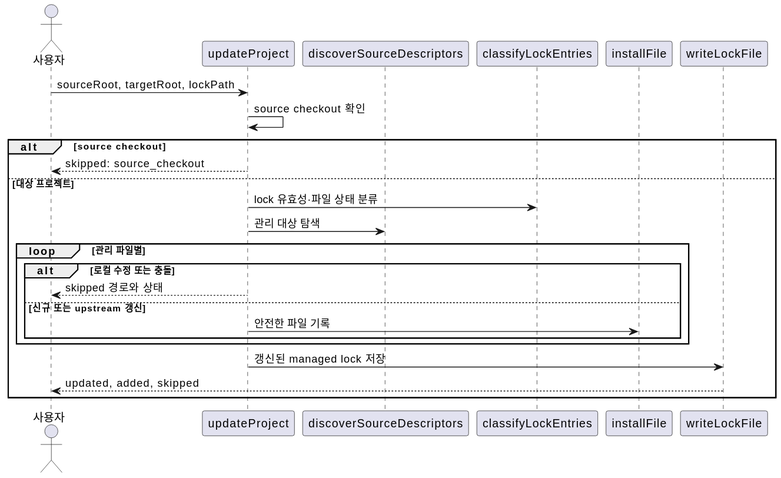
Before: docs/contracts/diagrams/install.sequence.svg, a diagram exported from PlantUML (omegafrog/harness-codex). The source it was exported from:
```plantuml
@startuml
actor 사용자
participant "updateProject" as update
participant "discoverSourceDescriptors" as discover
participant "classifyLockEntries" as classify
participant "installFile" as install
participant "writeLockFile" as lock
사용자 -> update : sourceRoot, targetRoot, lockPath
update -> update : source checkout 확인
alt source checkout
  update --> 사용자 : skipped: source_checkout
else 대상 프로젝트
  update -> classify : lock 유효성·파일 상태 분류
  update -> discover : 관리 대상 탐색
  loop 관리 파일별
    alt 로컬 수정 또는 충돌
      update --> 사용자 : skipped 경로와 상태
    else 신규 또는 upstream 갱신
      update -> install : 안전한 파일 기록
    end
  end
  update -> lock : 갱신된 managed lock 저장
  lock --> 사용자 : updated, added, skipped
end
@enduml
```
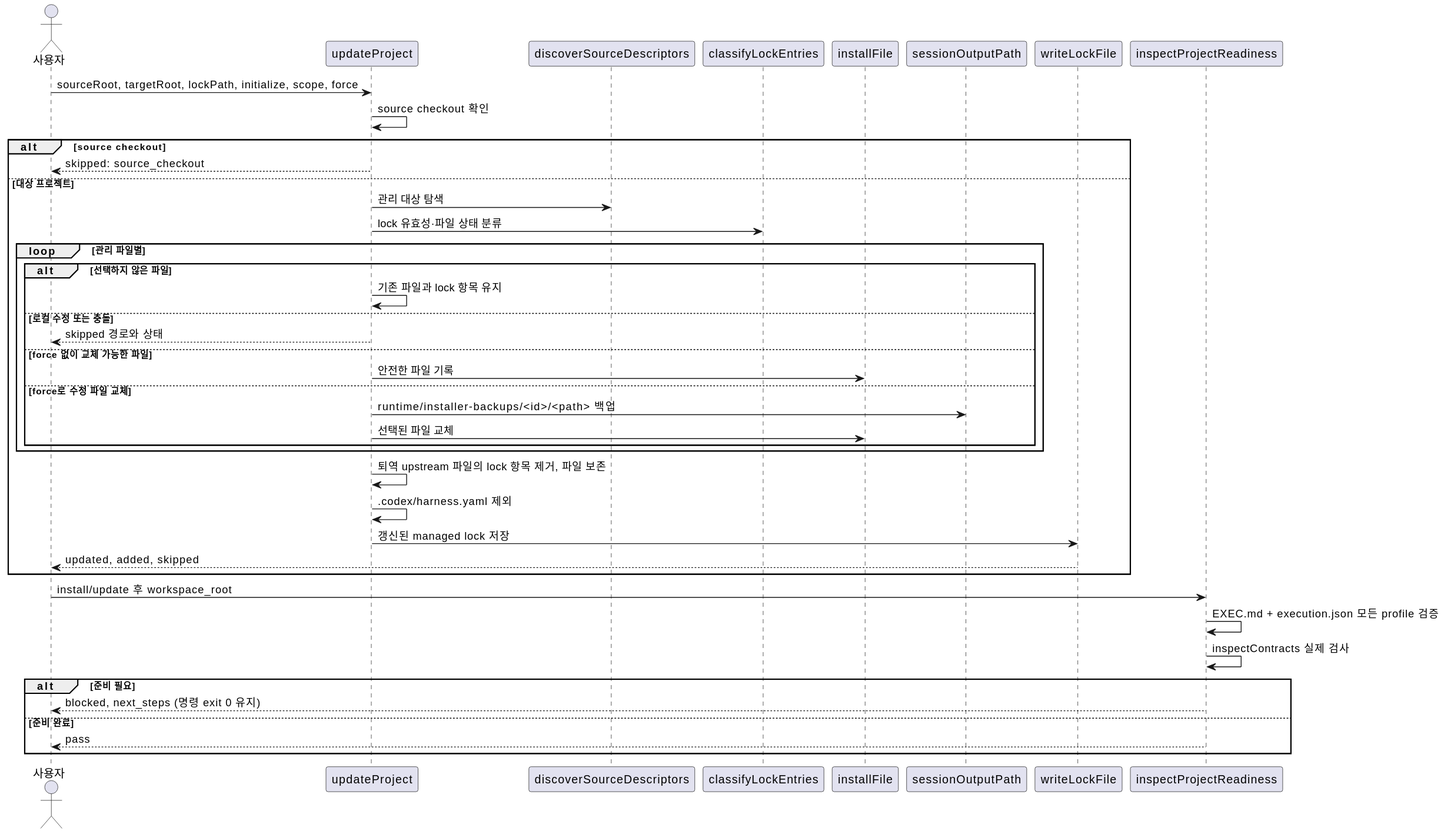
Above is the later version.

Change to the diagram source:
```diff
@@ -4,22 +4,39 @@
 participant "discoverSourceDescriptors" as discover
 participant "classifyLockEntries" as classify
 participant "installFile" as install
+participant "sessionOutputPath" as session
 participant "writeLockFile" as lock
-사용자 -> update : sourceRoot, targetRoot, lockPath
+participant "inspectProjectReadiness" as readiness
+사용자 -> update : sourceRoot, targetRoot, lockPath, initialize, scope, force
 update -> update : source checkout 확인
 alt source checkout
   update --> 사용자 : skipped: source_checkout
 else 대상 프로젝트
+  update -> discover : 관리 대상 탐색
   update -> classify : lock 유효성·파일 상태 분류
-  update -> discover : 관리 대상 탐색
   loop 관리 파일별
-    alt 로컬 수정 또는 충돌
+    alt 선택하지 않은 파일
+      update -> update : 기존 파일과 lock 항목 유지
+    else 로컬 수정 또는 충돌
       update --> 사용자 : skipped 경로와 상태
-    else 신규 또는 upstream 갱신
+    else force 없이 교체 가능한 파일
       update -> install : 안전한 파일 기록
+    else force로 수정 파일 교체
+      update -> session : runtime/installer-backups/<id>/<path> 백업
+      update -> install : 선택된 파일 교체
     end
   end
+  update -> update : 퇴역 upstream 파일의 lock 항목 제거, 파일 보존
+  update -> update : .codex/harness.yaml 제외
   update -> lock : 갱신된 managed lock 저장
   lock --> 사용자 : updated, added, skipped
 end
+사용자 -> readiness : install/update 후 workspace_root
+readiness -> readiness : EXEC.md + execution.json 모든 profile 검증
+readiness -> readiness : inspectContracts 실제 검사
+alt 준비 필요
+  readiness --> 사용자 : blocked, next_steps (명령 exit 0 유지)
+else 준비 완료
+  readiness --> 사용자 : pass
+end
 @enduml
```
